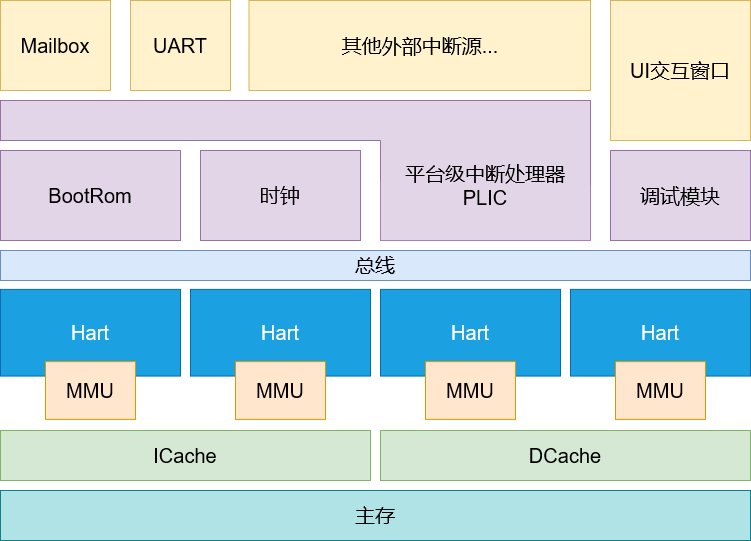
This is pic/spike.drawio.png from toughpig/paper, a draw.io export, as it was before one commit. Source tidied: cells renumbered, new cells last; positions are measured from the earlier drawing's top-left corner, leaving out a move shared by most shapes.
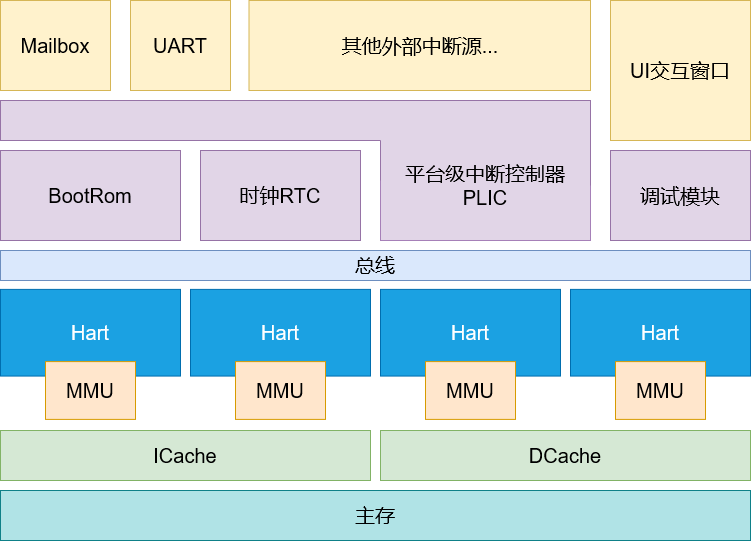
The same diagram one commit later.

Diff of the diagram source:
```diff
@@ -26,10 +26,10 @@
     <mxCell id="9" value="DCache" style="rounded=0;whiteSpace=wrap;html=1;fillColor=#d5e8d4;strokeColor=#82b366;fontSize=20;" parent="1" vertex="1">
       <mxGeometry x="380" y="430" width="370" height="50" as="geometry" />
     </mxCell>
-    <mxCell id="10" value="&lt;div&gt;平台级中断处理器&lt;/div&gt;&lt;div&gt;PLIC&lt;br&gt;&lt;/div&gt;" style="rounded=0;whiteSpace=wrap;html=1;fillColor=#e1d5e7;strokeColor=#A680B8;fontSize=20;" parent="1" vertex="1">
+    <mxCell id="10" value="&lt;div&gt;平台级中断控制器&lt;/div&gt;&lt;div&gt;PLIC&lt;br&gt;&lt;/div&gt;" style="rounded=0;whiteSpace=wrap;html=1;fillColor=#e1d5e7;strokeColor=#A680B8;fontSize=20;" parent="1" vertex="1">
       <mxGeometry x="380" y="130" width="210" height="110" as="geometry" />
     </mxCell>
-    <mxCell id="11" value="时钟" style="rounded=0;whiteSpace=wrap;html=1;fillColor=#e1d5e7;strokeColor=#9673a6;fontSize=20;" parent="1" vertex="1">
+    <mxCell id="11" value="时钟RTC" style="rounded=0;whiteSpace=wrap;html=1;fillColor=#e1d5e7;strokeColor=#9673a6;fontSize=20;" parent="1" vertex="1">
       <mxGeometry x="200" y="150" width="160" height="90" as="geometry" />
     </mxCell>
     <mxCell id="12" value="UART" style="rounded=0;whiteSpace=wrap;html=1;fillColor=#fff2cc;strokeColor=#d6b656;fontSize=20;" parent="1" vertex="1">
```
